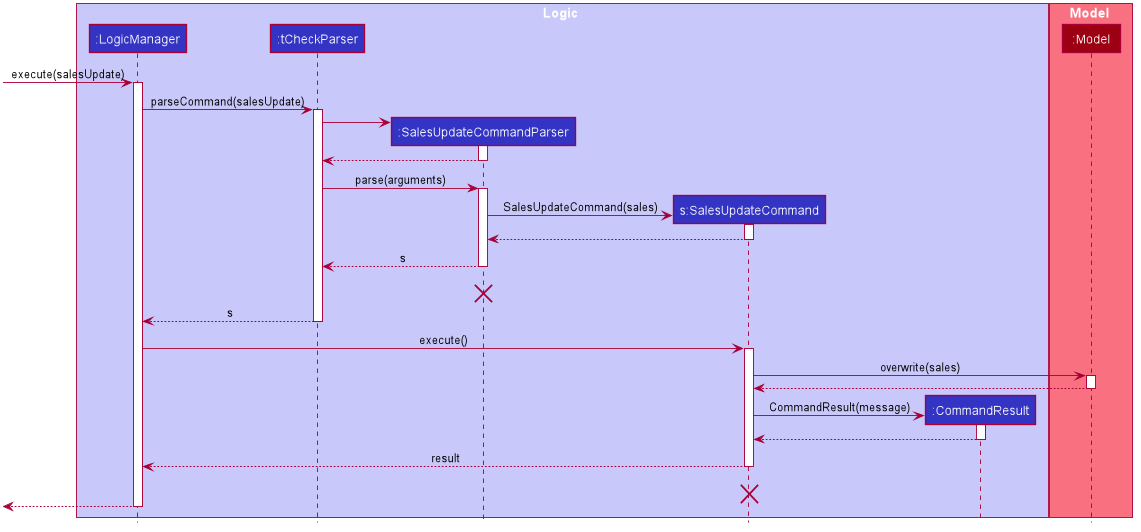
Before: docs/images/SalesUpdateSequenceDiagram.png, a diagram exported from PlantUML (nus-cs2103-AY2021S1/tp).
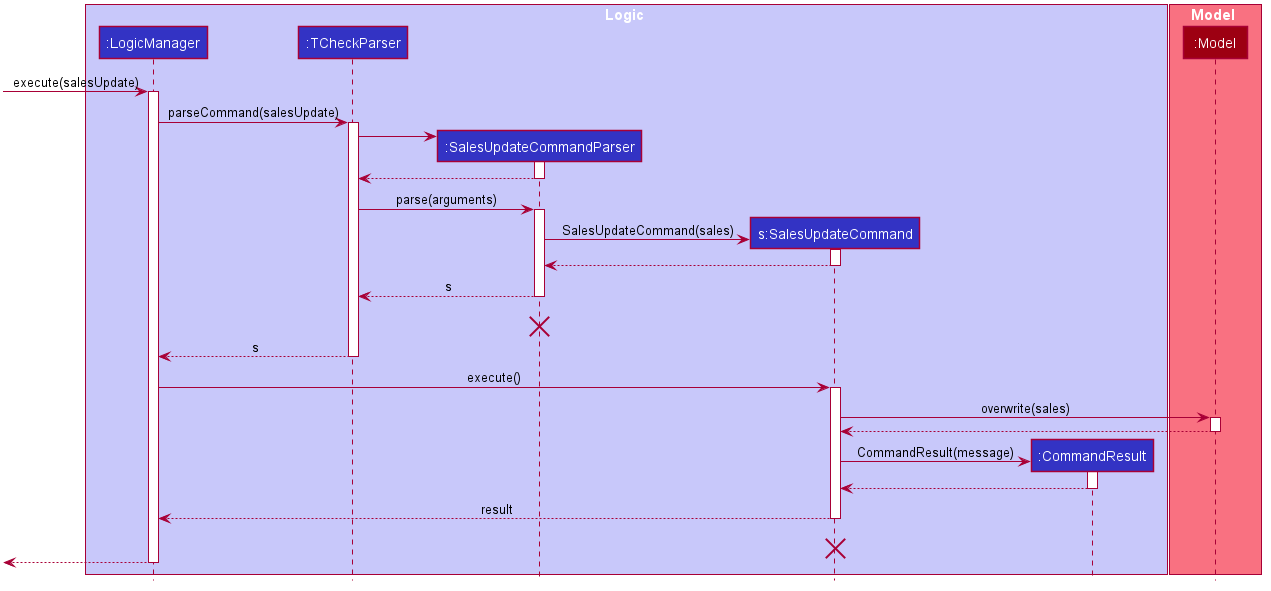
Above is the later version.

Commit message:
Change name of tCheckParser to TCheckParser

Change to the diagram source:
```diff
@@ -50,7 +50,7 @@
 
 box Logic #C8C8FA
 participant ":LogicManager" as LogicManager #3333C4
-participant ":tCheckParser" as tCheckParser #3333C4
+participant ":TCheckParser" as TCheckParser #3333C4
 participant ":SalesUpdateCommandParser" as SalesUpdateCommandParser #3333C4
 participant "s:SalesUpdateCommand" as SalesUpdateCommand #3333C4
 participant ":CommandResult" as CommandResult #3333C4
@@ -64,17 +64,17 @@
 [-> LogicManager : execute(salesUpdate)
 activate LogicManager
 
-LogicManager -> tCheckParser : parseCommand(salesUpdate)
-activate tCheckParser
+LogicManager -> TCheckParser : parseCommand(salesUpdate)
+activate TCheckParser
 
 create SalesUpdateCommandParser
-tCheckParser -> SalesUpdateCommandParser
+TCheckParser -> SalesUpdateCommandParser
 activate SalesUpdateCommandParser
 
-SalesUpdateCommandParser --> tCheckParser
+SalesUpdateCommandParser --> TCheckParser
 deactivate SalesUpdateCommandParser
 
-tCheckParser -> SalesUpdateCommandParser : parse(arguments)
+TCheckParser -> SalesUpdateCommandParser : parse(arguments)
 activate SalesUpdateCommandParser
 
 create SalesUpdateCommand
@@ -84,14 +84,14 @@
 SalesUpdateCommand --> SalesUpdateCommandParser
 deactivate SalesUpdateCommand
 
-SalesUpdateCommandParser --> tCheckParser : s
+SalesUpdateCommandParser --> TCheckParser : s
 deactivate SalesUpdateCommandParser
 
 SalesUpdateCommandParser -[hidden]-> LogicManager : result
 destroy SalesUpdateCommandParser
 
-tCheckParser --> LogicManager : s
-deactivate tCheckParser
+TCheckParser --> LogicManager : s
+deactivate TCheckParser
 
 LogicManager -> SalesUpdateCommand : execute()
 activate SalesUpdateCommand
```
